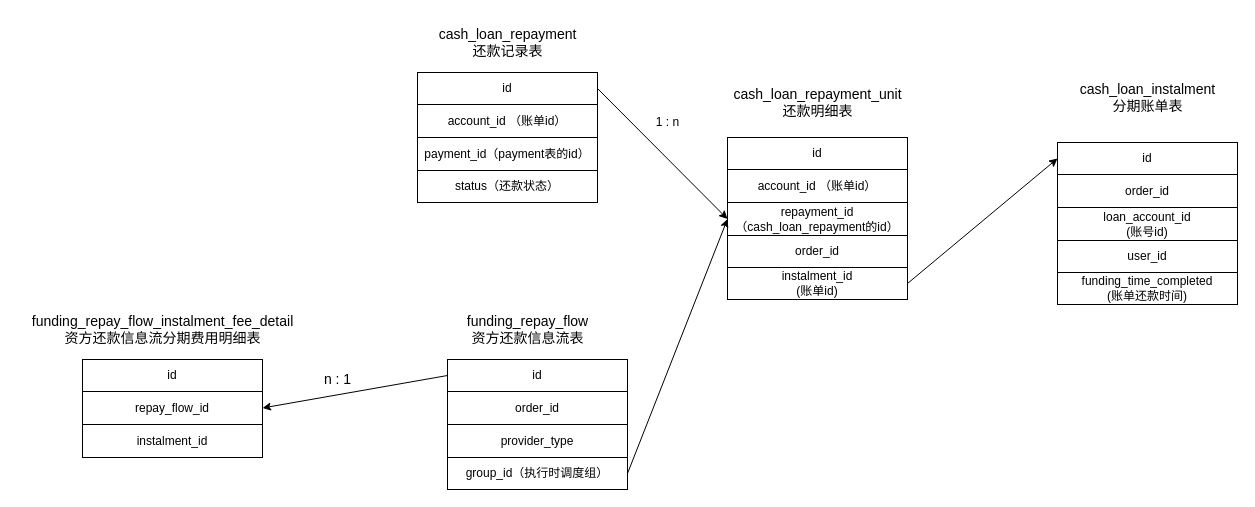
Earlier version of the draw.io diagram page "信息流表关系" (1 of 13) of yqg/业务梳理.drawio (erlieStar/diagrams). Source tidied: cells renumbered, new cells numbered last; positions are measured from the earlier drawing's top-left corner, leaving out a move shared by most shapes. Both pictures are drawn from the tidied source at 100%, with x=0, y=0 at pixel (17, 17).
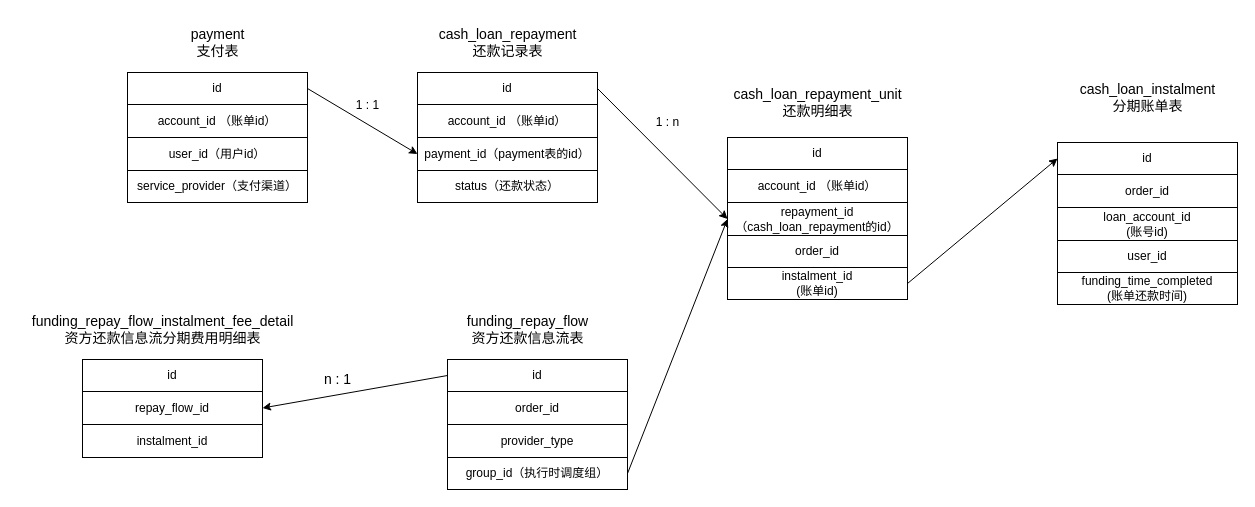
The same diagram, later.

Unchanged cells that the change refers to:
```xml
<mxCell id="44" style="shape=tableRow;horizontal=0;startSize=0;swimlaneHead=0;swimlaneBody=0;top=0;left=0;bottom=0;right=0;fontStyle=0;fillColor=none;strokeColor=inherit;" parent="39" vertex="1">
  <mxGeometry y="65" width="180" height="33" as="geometry" />
</mxCell>
```

What changed in the source:
```diff
@@
+    <mxCell id="60" value="payment&lt;br&gt;支付表" style="text;html=1;align=center;verticalAlign=middle;strokeColor=none;fillColor=none;fontSize=14;" parent="1" vertex="1">
+      <mxGeometry x="160" width="80" height="50" as="geometry" />
+    </mxCell>
+    <mxCell id="61" style="childLayout=tableLayout;shadow=0;fillColor=none;" parent="1" vertex="1">
+      <mxGeometry x="110" y="55" width="180" height="130" as="geometry" />
+    </mxCell>
+    <mxCell id="62" style="shape=tableRow;horizontal=0;startSize=0;swimlaneHead=0;swimlaneBody=0;top=0;left=0;bottom=0;right=0;fontStyle=0;fillColor=none;strokeColor=inherit;" parent="61" vertex="1">
+      <mxGeometry width="180" height="32" as="geometry" />
+    </mxCell>
+    <mxCell id="63" value="id" style="strokeColor=inherit;fillColor=none;align=center;whiteSpace=wrap;html=1;" parent="62" vertex="1">
+      <mxGeometry width="180" height="32" as="geometry" />
+    </mxCell>
+    <mxCell id="64" style="shape=tableRow;horizontal=0;startSize=0;swimlaneHead=0;swimlaneBody=0;top=0;left=0;bottom=0;right=0;fontStyle=0;fillColor=none;strokeColor=inherit;" parent="61" vertex="1">
+      <mxGeometry y="32" width="180" height="33" as="geometry" />
+    </mxCell>
+    <mxCell id="65" value="account_id&amp;nbsp;（账单id）" style="strokeColor=inherit;fillColor=none;align=center;whiteSpace=wrap;html=1;" parent="64" vertex="1">
+      <mxGeometry width="180" height="33" as="geometry" />
+    </mxCell>
+    <mxCell id="66" style="shape=tableRow;horizontal=0;startSize=0;swimlaneHead=0;swimlaneBody=0;top=0;left=0;bottom=0;right=0;fontStyle=0;fillColor=none;strokeColor=inherit;" parent="61" vertex="1">
+      <mxGeometry y="65" width="180" height="33" as="geometry" />
+    </mxCell>
+    <mxCell id="67" value="user_id（用户id）" style="strokeColor=inherit;fillColor=none;align=center;whiteSpace=wrap;html=1;" parent="66" vertex="1">
+      <mxGeometry width="180" height="33" as="geometry" />
+    </mxCell>
+    <mxCell id="68" style="shape=tableRow;horizontal=0;startSize=0;swimlaneHead=0;swimlaneBody=0;top=0;left=0;bottom=0;right=0;fontStyle=0;fillColor=none;strokeColor=inherit;" parent="61" vertex="1">
+      <mxGeometry y="98" width="180" height="32" as="geometry" />
+    </mxCell>
+    <mxCell id="69" value="service_provider（支付渠道）" style="strokeColor=inherit;fillColor=none;align=center;whiteSpace=wrap;html=1;" parent="68" vertex="1">
+      <mxGeometry width="180" height="32" as="geometry" />
+    </mxCell>
+    <mxCell id="70" style="rounded=0;jettySize=auto;html=1;exitX=1;exitY=0.5;exitDx=0;exitDy=0;entryX=0;entryY=0.5;entryDx=0;entryDy=0;" parent="1" edge="1" source="62" target="44">
+      <mxGeometry relative="1" as="geometry" />
+    </mxCell>
+    <mxCell id="71" value="1 : 1" style="text;html=1;align=center;verticalAlign=middle;strokeColor=none;fillColor=none;" parent="1" vertex="1">
+      <mxGeometry x="325" y="73" width="50" height="30" as="geometry" />
+    </mxCell>
```
